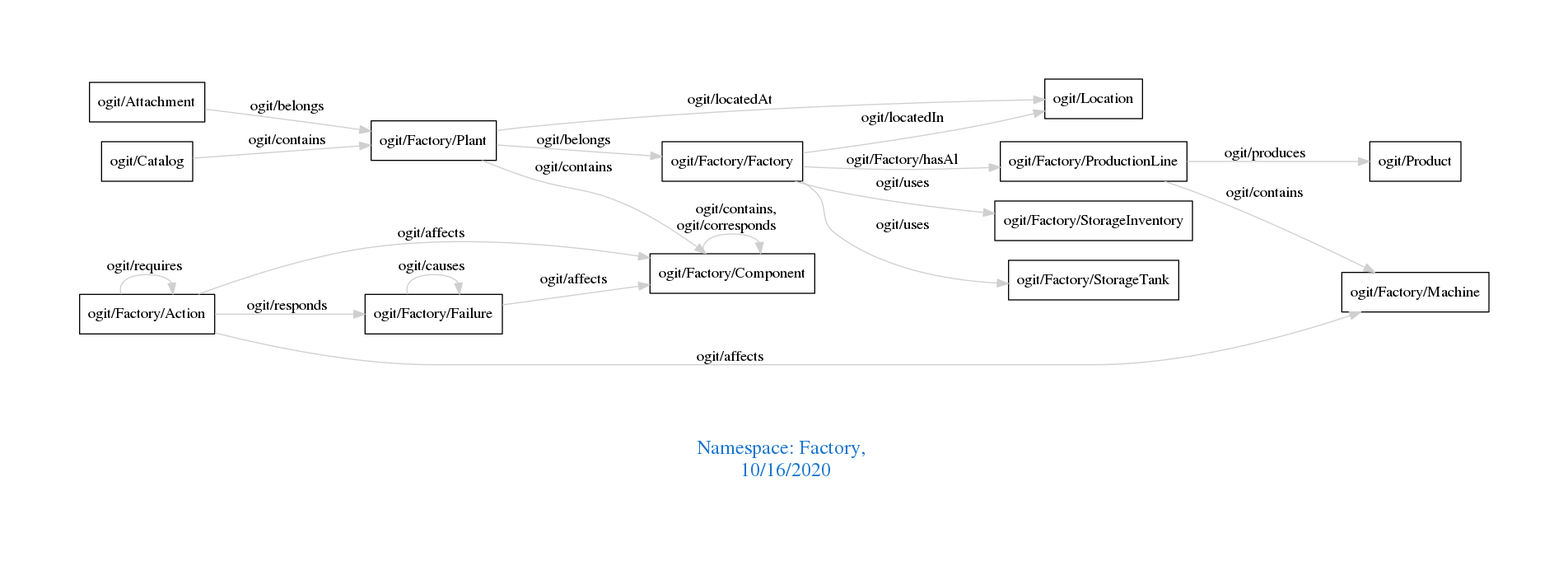
Above: downloads/Factory.png in arago/OGIT (Graphviz), before the change. Its source is kept beside it as downloads/Factory.dot.
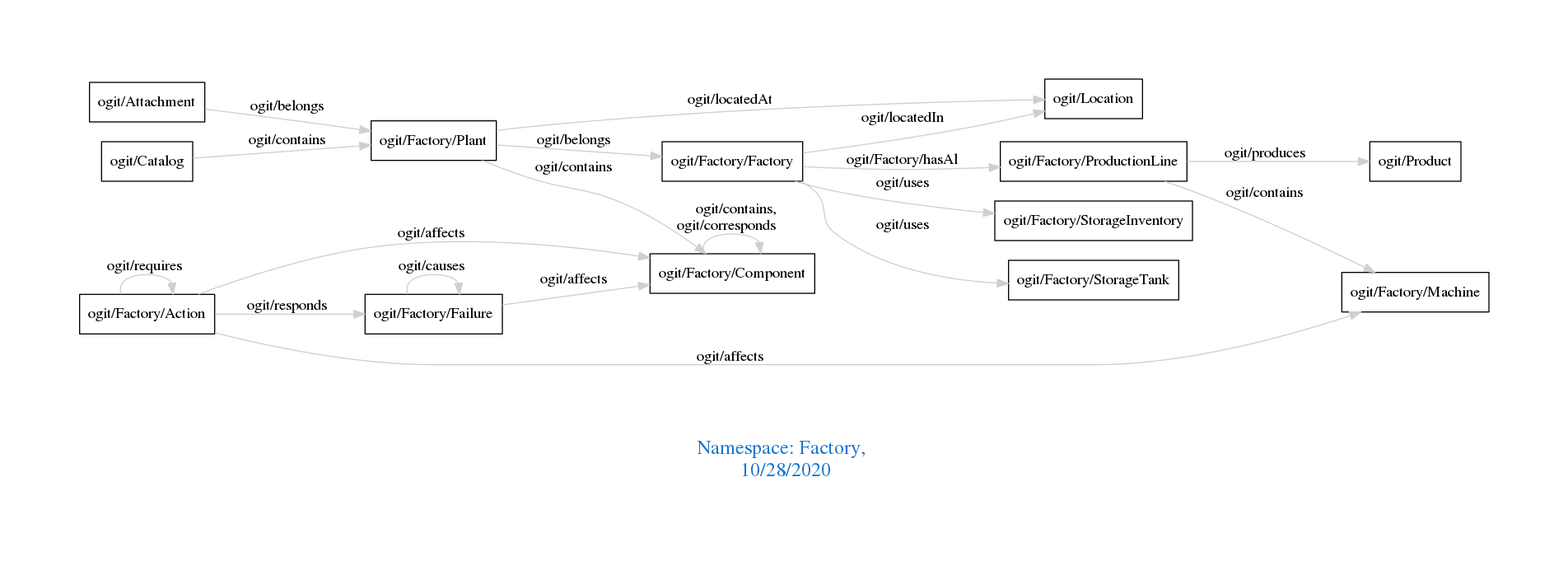
The same diagram one commit later.

Diff of the diagram source:
```diff
@@ -1,7 +1,7 @@
 digraph OGIT_ontology {
  graph [ rankdir= LR,pad=1
 fontsize = 18,
-fontcolor= dodgerblue3,label = "\n\n\nNamespace: Factory, \n 10/16/2020"];
+fontcolor= dodgerblue3,label = "\n\n\nNamespace: Factory, \n 10/28/2020"];
 node[shape=polygon];
 edge [  color="gray81"];
 
```
